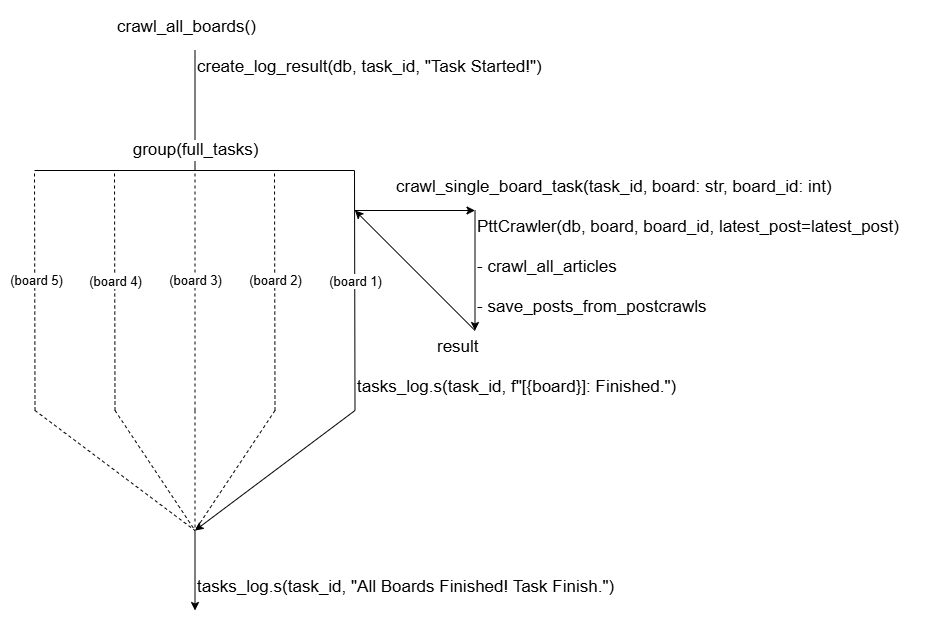
This is docs/drawio-pic/celery-tasks.png from Pin-Ying/celinelu-basic-training, a draw.io export, as it was before one commit. Source tidied: cells renumbered, new cells last; positions are measured from the earlier drawing's top-left corner, leaving out a move shared by most shapes.
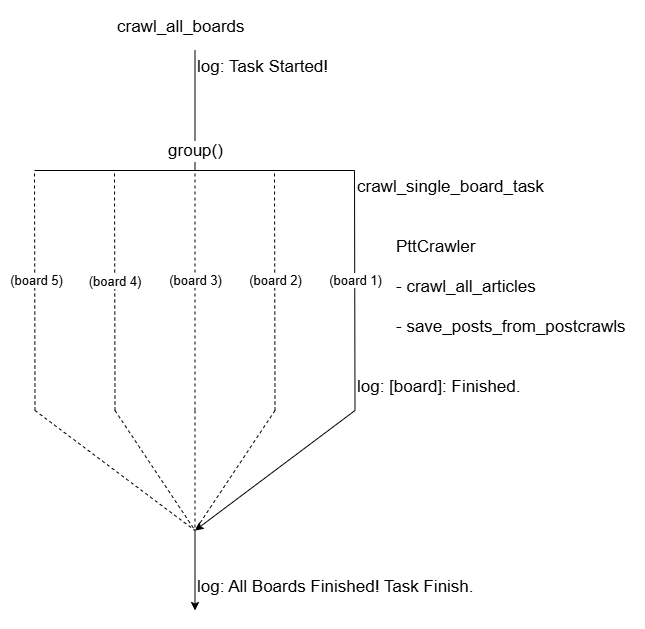
The same diagram one commit later.

What changed in the source:
```diff
@@ -14,7 +14,7 @@
         <mxPoint x="160.5" y="40" as="targetPoint" />
       </mxGeometry>
     </mxCell>
-    <mxCell id="4" value="group(full_tasks)" style="edgeLabel;html=1;align=center;verticalAlign=middle;fontSize=17;" parent="3" vertex="1">
+    <mxCell id="4" value="group()" style="edgeLabel;html=1;align=center;verticalAlign=middle;fontSize=17;" parent="3" vertex="1">
       <mxGeometry relative="1" as="geometry">
         <mxPoint y="40" as="offset" />
       </mxGeometry>
@@ -36,7 +36,7 @@
         <mxPoint x="80" y="160" as="targetPoint" />
       </mxGeometry>
     </mxCell>
-    <mxCell id="8" value="&lt;span style=&quot;color: rgb(0, 0, 0); font-family: Helvetica; font-size: 13px; font-style: normal; font-variant-ligatures: normal; font-variant-caps: normal; font-weight: 400; letter-spacing: normal; orphans: 2; text-align: center; text-indent: 0px; text-transform: none; widows: 2; word-spacing: 0px; -webkit-text-stroke-width: 0px; white-space: nowrap; background-color: rgb(255, 255, 255); text-decoration-thickness: initial; text-decoration-style: initial; text-decoration-color: initial; display: inline !important; float: none;&quot;&gt;(board 4)&lt;/span&gt;" style="edgeLabel;html=1;align=center;verticalAlign=middle;" parent="7" vertex="1">
+    <mxCell id="8" value="&lt;span style=&quot;font-family: Helvetica; font-size: 13px; font-style: normal; font-variant-ligatures: normal; font-variant-caps: normal; font-weight: 400; letter-spacing: normal; orphans: 2; text-align: center; text-indent: 0px; text-transform: none; widows: 2; word-spacing: 0px; -webkit-text-stroke-width: 0px; white-space: nowrap; text-decoration-thickness: initial; text-decoration-style: initial; text-decoration-color: initial; float: none; display: inline !important;&quot;&gt;(board 4)&lt;/span&gt;" style="edgeLabel;html=1;align=center;verticalAlign=middle;labelBackgroundColor=default;fontColor=default;whiteSpace=wrap;" parent="7" vertex="1">
       <mxGeometry x="0.13" y="1" relative="1" as="geometry">
         <mxPoint x="1" y="6" as="offset" />
       </mxGeometry>
@@ -73,7 +73,7 @@
         <mxPoint x="-1" y="7" as="offset" />
       </mxGeometry>
     </mxCell>
-    <mxCell id="15" value="crawl_all_boards()" style="text;whiteSpace=wrap;fontSize=17;" parent="1" vertex="1">
+    <mxCell id="15" value="crawl_all_boards" style="text;whiteSpace=wrap;fontSize=17;" parent="1" vertex="1">
       <mxGeometry x="80.5" width="160" height="40" as="geometry" />
     </mxCell>
     <mxCell id="16" style="endArrow=classic;html=1;rounded=0;" parent="1" edge="1">
@@ -106,45 +106,26 @@
         <mxPoint x="160.5" y="520" as="targetPoint" />
       </mxGeometry>
     </mxCell>
-    <mxCell id="21" style="endArrow=classic;html=1;rounded=0;" parent="1" edge="1">
-      <mxGeometry relative="1" as="geometry">
-        <mxPoint x="320.5" y="200" as="sourcePoint" />
-        <mxPoint x="440.5" y="200" as="targetPoint" />
-      </mxGeometry>
-    </mxCell>
-    <mxCell id="22" value="create_log_result(db, task_id, &quot;Task Started!&quot;)" style="text;whiteSpace=wrap;fontSize=17;" parent="1" vertex="1">
-      <mxGeometry x="160.5" y="40" width="360" height="40" as="geometry" />
+    <mxCell id="22" value="log: Task Started!" style="text;whiteSpace=wrap;fontSize=17;" parent="1" vertex="1">
+      <mxGeometry x="160.5" y="40" width="159.5" height="40" as="geometry" />
     </mxCell>
-    <mxCell id="23" style="endArrow=classic;html=1;rounded=0;entryX=0;entryY=1;entryDx=0;entryDy=0;" parent="1" edge="1" target="26">
-      <mxGeometry relative="1" as="geometry">
-        <mxPoint x="440.5" y="200" as="sourcePoint" />
-      </mxGeometry>
-    </mxCell>
-    <mxCell id="24" value="PttCrawler(db, board, board_id, latest_post=latest_post)" style="text;whiteSpace=wrap;fontSize=17;" parent="1" vertex="1">
-      <mxGeometry x="440.5" y="200" width="440" height="40" as="geometry" />
+    <mxCell id="24" value="PttCrawler" style="text;whiteSpace=wrap;fontSize=17;" parent="1" vertex="1">
+      <mxGeometry x="359.5" y="220" width="120.5" height="40" as="geometry" />
     </mxCell>
     <mxCell id="25" value="- crawl_all_articles" style="text;whiteSpace=wrap;fontSize=17;" parent="1" vertex="1">
-      <mxGeometry x="440.5" y="240" width="200" height="40" as="geometry" />
+      <mxGeometry x="359.5" y="260" width="200" height="40" as="geometry" />
     </mxCell>
     <mxCell id="26" value="- save_posts_from_postcrawls" style="text;whiteSpace=wrap;fontSize=17;" parent="1" vertex="1">
-      <mxGeometry x="440.5" y="280" width="240" height="40" as="geometry" />
+      <mxGeometry x="359.5" y="300" width="240" height="40" as="geometry" />
     </mxCell>
-    <mxCell id="27" style="endArrow=classic;html=1;rounded=0;exitX=0;exitY=1;exitDx=0;exitDy=0;" parent="1" edge="1" source="26">
-      <mxGeometry relative="1" as="geometry">
-        <mxPoint x="320.5" y="200" as="targetPoint" />
-      </mxGeometry>
-    </mxCell>
-    <mxCell id="28" value="&lt;span style=&quot;color: rgb(0, 0, 0); font-family: Helvetica; font-style: normal; font-variant-ligatures: normal; font-variant-caps: normal; font-weight: 400; letter-spacing: normal; orphans: 2; text-align: center; text-indent: 0px; text-transform: none; widows: 2; word-spacing: 0px; -webkit-text-stroke-width: 0px; white-space: nowrap; background-color: rgb(255, 255, 255); text-decoration-thickness: initial; text-decoration-style: initial; text-decoration-color: initial; float: none; display: inline !important;&quot;&gt;crawl_single_board_task(task_id, board: str, board_id: int)&lt;/span&gt;" style="text;whiteSpace=wrap;html=1;fontSize=17;" parent="1" vertex="1">
-      <mxGeometry x="359.5" y="160" width="441" height="40" as="geometry" />
+    <mxCell id="28" value="&lt;span style=&quot;font-family: Helvetica; font-style: normal; font-variant-ligatures: normal; font-variant-caps: normal; font-weight: 400; letter-spacing: normal; orphans: 2; text-align: center; text-indent: 0px; text-transform: none; widows: 2; word-spacing: 0px; -webkit-text-stroke-width: 0px; white-space: nowrap; text-decoration-thickness: initial; text-decoration-style: initial; text-decoration-color: initial; float: none; display: inline !important;&quot;&gt;crawl_single_board_task&lt;/span&gt;" style="text;whiteSpace=wrap;html=1;fontSize=17;strokeColor=none;fillColor=none;labelBackgroundColor=default;fontColor=default;labelBorderColor=none;" parent="1" vertex="1">
+      <mxGeometry x="320.5" y="160" width="199.5" height="40" as="geometry" />
     </mxCell>
-    <mxCell id="29" value="tasks_log.s(task_id, f&quot;[{board}]: Finished.&quot;)" style="text;whiteSpace=wrap;fontSize=17;" parent="1" vertex="1">
-      <mxGeometry x="320.5" y="360" width="360" height="40" as="geometry" />
+    <mxCell id="29" value="log: [board]: Finished." style="text;whiteSpace=wrap;fontSize=17;" parent="1" vertex="1">
+      <mxGeometry x="320.5" y="360" width="199.5" height="40" as="geometry" />
     </mxCell>
-    <mxCell id="30" value="&lt;div style=&quot;text-align: center;&quot;&gt;&lt;span style=&quot;color: light-dark(rgb(0, 0, 0), rgb(255, 255, 255)); text-wrap-mode: nowrap; background-color: rgb(255, 255, 255);&quot;&gt;result&lt;/span&gt;&lt;/div&gt;" style="text;whiteSpace=wrap;html=1;fontSize=17;" parent="1" vertex="1">
-      <mxGeometry x="400.5" y="320" width="81" height="40" as="geometry" />
-    </mxCell>
-    <mxCell id="31" value="tasks_log.s(task_id, &quot;All Boards Finished! Task Finish.&quot;)" style="text;whiteSpace=wrap;fontSize=17;" parent="1" vertex="1">
-      <mxGeometry x="160.5" y="560" width="440" height="40" as="geometry" />
+    <mxCell id="31" value="log: All Boards Finished! Task Finish." style="text;whiteSpace=wrap;fontSize=17;" parent="1" vertex="1">
+      <mxGeometry x="160.5" y="560" width="319.5" height="40" as="geometry" />
     </mxCell>
     <mxCell id="32" style="endArrow=none;html=1;rounded=0;endFill=1;startFill=1;startArrow=classic;" parent="1" edge="1">
       <mxGeometry relative="1" as="geometry">
```
